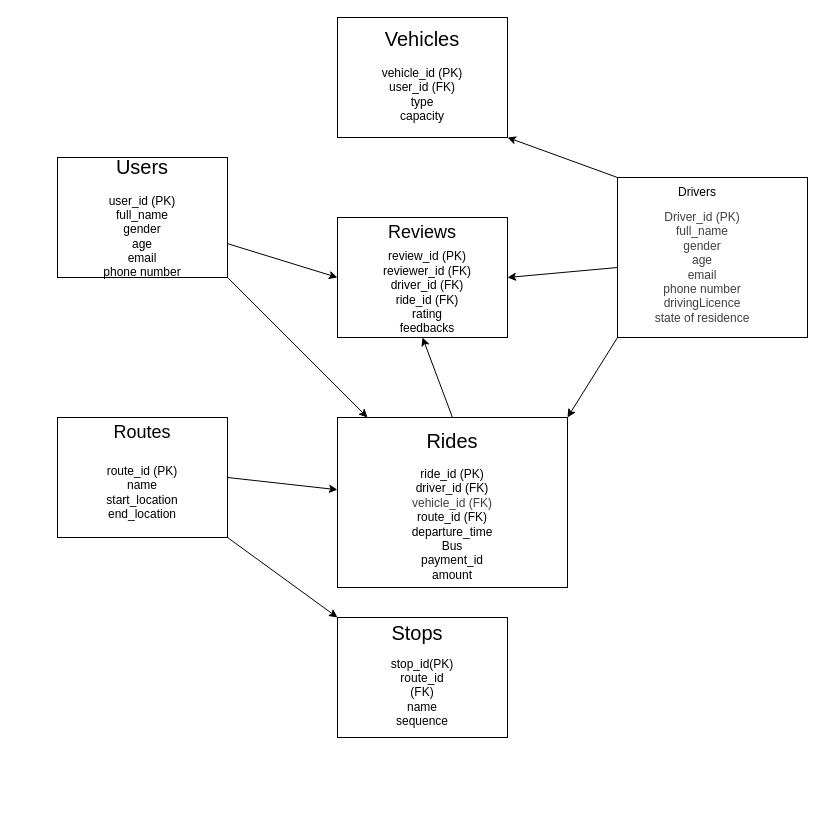
Before: schema.drawio in KJ-77/Wasselni, a draw.io diagram. Source tidied: cells renumbered, new cells numbered last; positions are measured from the earlier drawing's top-left corner, leaving out a move shared by most shapes. Both pictures are drawn from the tidied source at 100%, with x=0, y=0 at pixel (57, 17).
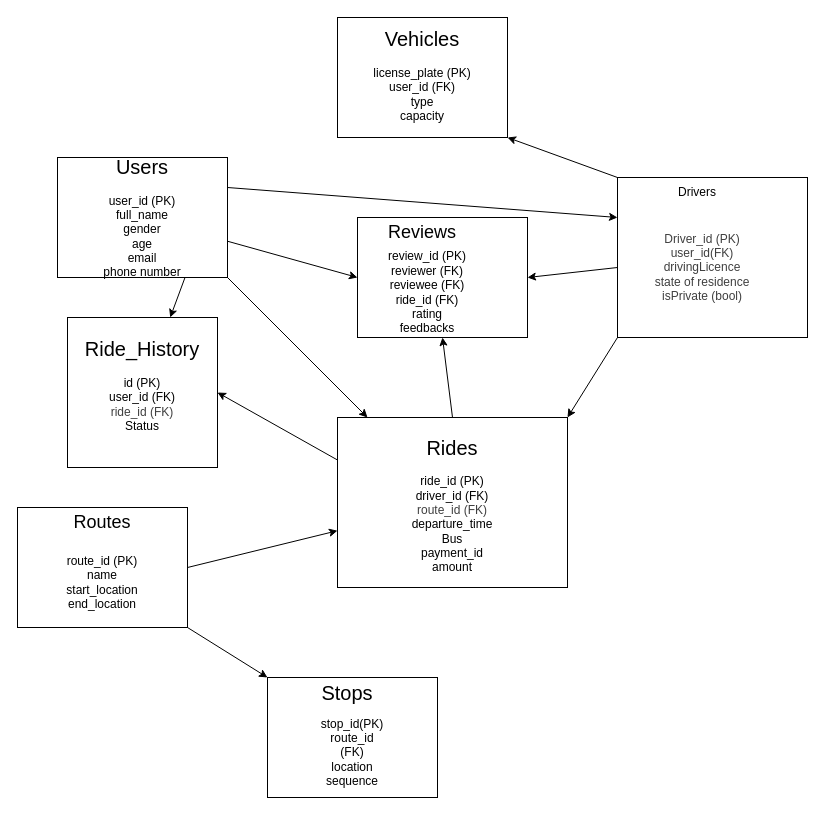
The same page after the edit.

Unchanged cells that the change refers to:
```xml
<mxCell id="4" style="rounded=0;whiteSpace=wrap;html=1;" parent="1" vertex="1">
  <mxGeometry x="560" y="160" width="190" height="160" as="geometry" />
</mxCell>
<mxCell id="11" style="rounded=0;whiteSpace=wrap;html=1;" parent="1" vertex="1">
  <mxGeometry y="140" width="170" height="120" as="geometry" />
</mxCell>
<mxCell id="15" style="rounded=0;whiteSpace=wrap;html=1;" parent="1" vertex="1">
  <mxGeometry x="280" y="400" width="230" height="170" as="geometry" />
</mxCell>
```

The edit, as a diff of the source:
```diff
@@
+    <mxCell id="28" style="whiteSpace=wrap;html=1;" parent="1" vertex="1">
+      <mxGeometry x="10" y="300" width="150" height="150" as="geometry" />
+    </mxCell>
@@
     <mxCell id="7" style="rounded=0;whiteSpace=wrap;html=1;" parent="1" vertex="1">
-      <mxGeometry y="400" width="170" height="120" as="geometry" />
+      <mxGeometry x="-40" y="490" width="170" height="120" as="geometry" />
     </mxCell>
@@
+    <mxCell id="29" style="edgeStyle=none;html=1;exitX=1;exitY=0.25;exitDx=0;exitDy=0;entryX=0;entryY=0.25;entryDx=0;entryDy=0;" parent="1" edge="1" source="11" target="4">
+      <mxGeometry relative="1" as="geometry" />
+    </mxCell>
+    <mxCell id="30" style="edgeStyle=none;html=1;exitX=0.75;exitY=1;exitDx=0;exitDy=0;" parent="1" edge="1" source="11" target="28">
+      <mxGeometry relative="1" as="geometry" />
+    </mxCell>
@@
-    <mxCell id="13" value="&lt;div&gt;&lt;span style=&quot;font-size: 20px;&quot;&gt;Vehicles&lt;/span&gt;&lt;/div&gt;&lt;div&gt;&lt;br&gt;&lt;/div&gt;&lt;div&gt;vehicle_id (PK)&lt;/div&gt;&lt;div&gt;user_id (FK)&lt;/div&gt;&lt;div&gt;type&lt;/div&gt;&lt;div&gt;capacity&lt;/div&gt;&lt;div&gt;&lt;br&gt;&lt;/div&gt;" style="text;strokeColor=none;align=center;fillColor=none;html=1;verticalAlign=middle;whiteSpace=wrap;rounded=0;" parent="1" vertex="1">
+    <mxCell id="13" value="&lt;div&gt;&lt;span style=&quot;font-size: 20px;&quot;&gt;Vehicles&lt;/span&gt;&lt;/div&gt;&lt;div&gt;&lt;br&gt;&lt;/div&gt;&lt;div&gt;license_plate (PK)&lt;/div&gt;&lt;div&gt;user_id (FK)&lt;/div&gt;&lt;div&gt;type&lt;/div&gt;&lt;div&gt;capacity&lt;/div&gt;&lt;div&gt;&lt;br&gt;&lt;/div&gt;" style="text;strokeColor=none;align=center;fillColor=none;html=1;verticalAlign=middle;whiteSpace=wrap;rounded=0;" parent="1" vertex="1">
       <mxGeometry x="310" y="40" width="110" height="50" as="geometry" />
     </mxCell>
@@
+    <mxCell id="31" style="edgeStyle=none;html=1;exitX=0;exitY=0.25;exitDx=0;exitDy=0;entryX=1;entryY=0.5;entryDx=0;entryDy=0;" parent="1" edge="1" source="15" target="28">
+      <mxGeometry relative="1" as="geometry" />
+    </mxCell>
@@
-    <mxCell id="16" value="&lt;div&gt;&lt;span style=&quot;font-size: 20px;&quot;&gt;Rides&lt;/span&gt;&lt;/div&gt;&lt;div&gt;&lt;br&gt;&lt;/div&gt;&lt;div&gt;ride_id (PK)&lt;/div&gt;&lt;div&gt;driver_id (FK)&lt;/div&gt;&lt;div&gt;&lt;div style=&quot;color: rgb(63, 63, 63); scrollbar-color: rgb(226, 226, 226) rgb(251, 251, 251);&quot;&gt;vehicle_id (FK)&lt;/div&gt;&lt;/div&gt;&lt;div&gt;route_id (FK)&lt;/div&gt;&lt;div&gt;departure_time&lt;/div&gt;&lt;div&gt;Bus&lt;/div&gt;&lt;div&gt;payment_id&lt;/div&gt;&lt;div&gt;amount&lt;/div&gt;&lt;div&gt;&lt;br&gt;&lt;/div&gt;" style="text;strokeColor=none;align=center;fillColor=none;html=1;verticalAlign=middle;whiteSpace=wrap;rounded=0;" parent="1" vertex="1">
+    <mxCell id="16" value="&lt;div&gt;&lt;span style=&quot;font-size: 20px;&quot;&gt;Rides&lt;/span&gt;&lt;/div&gt;&lt;div&gt;&lt;br&gt;&lt;/div&gt;&lt;div&gt;ride_id (PK)&lt;/div&gt;&lt;div&gt;driver_id (FK)&lt;/div&gt;&lt;div&gt;&lt;div style=&quot;color: rgb(63, 63, 63); scrollbar-color: rgb(226, 226, 226) rgb(251, 251, 251);&quot;&gt;&lt;span style=&quot;color: rgb(63, 63, 63); background-color: transparent;&quot;&gt;route_id (FK)&lt;/span&gt;&lt;/div&gt;&lt;/div&gt;&lt;div&gt;departure_time&lt;/div&gt;&lt;div&gt;Bus&lt;/div&gt;&lt;div&gt;payment_id&lt;/div&gt;&lt;div&gt;amount&lt;/div&gt;&lt;div&gt;&lt;br&gt;&lt;/div&gt;" style="text;strokeColor=none;align=center;fillColor=none;html=1;verticalAlign=middle;whiteSpace=wrap;rounded=0;" parent="1" vertex="1">
       <mxGeometry x="340" y="460" width="110" height="70" as="geometry" />
     </mxCell>
     <mxCell id="17" value="&lt;font style=&quot;font-size: 18px;&quot;&gt;Routes&lt;/font&gt;" style="text;strokeColor=none;align=center;fillColor=none;html=1;verticalAlign=middle;whiteSpace=wrap;rounded=0;" parent="1" vertex="1">
-      <mxGeometry x="55" y="400" width="60" height="30" as="geometry" />
+      <mxGeometry x="15" y="490" width="60" height="30" as="geometry" />
     </mxCell>
     <mxCell id="18" value="route_id (PK)&lt;div&gt;name&lt;/div&gt;&lt;div&gt;start_location&lt;/div&gt;&lt;div&gt;end_location&lt;/div&gt;" style="text;strokeColor=none;align=center;fillColor=none;html=1;verticalAlign=middle;whiteSpace=wrap;rounded=0;" parent="1" vertex="1">
-      <mxGeometry x="55" y="460" width="60" height="30" as="geometry" />
+      <mxGeometry x="15" y="550" width="60" height="30" as="geometry" />
     </mxCell>
     <mxCell id="19" style="rounded=0;whiteSpace=wrap;html=1;" parent="1" vertex="1">
-      <mxGeometry x="280" y="600" width="170" height="120" as="geometry" />
+      <mxGeometry x="210" y="660" width="170" height="120" as="geometry" />
     </mxCell>
     <mxCell id="20" value="&lt;font style=&quot;font-size: 20px;&quot;&gt;Stops&lt;/font&gt;" style="text;strokeColor=none;align=center;fillColor=none;html=1;verticalAlign=middle;whiteSpace=wrap;rounded=0;" parent="1" vertex="1">
-      <mxGeometry x="330" y="600" width="60" height="30" as="geometry" />
+      <mxGeometry x="260" y="660" width="60" height="30" as="geometry" />
     </mxCell>
-    <mxCell id="21" value="stop_id(PK)&lt;div&gt;route_id (FK)&lt;/div&gt;&lt;div&gt;name&lt;/div&gt;&lt;div&gt;sequence&lt;/div&gt;" style="text;strokeColor=none;align=center;fillColor=none;html=1;verticalAlign=middle;whiteSpace=wrap;rounded=0;" parent="1" vertex="1">
-      <mxGeometry x="335" y="660" width="60" height="30" as="geometry" />
+    <mxCell id="21" value="stop_id(PK)&lt;div&gt;route_id (FK)&lt;/div&gt;&lt;div&gt;location&lt;/div&gt;&lt;div&gt;sequence&lt;/div&gt;" style="text;strokeColor=none;align=center;fillColor=none;html=1;verticalAlign=middle;whiteSpace=wrap;rounded=0;" parent="1" vertex="1">
+      <mxGeometry x="265" y="720" width="60" height="30" as="geometry" />
     </mxCell>
     <mxCell id="22" style="rounded=0;whiteSpace=wrap;html=1;" parent="1" vertex="1">
-      <mxGeometry x="280" y="200" width="170" height="120" as="geometry" />
+      <mxGeometry x="300" y="200" width="170" height="120" as="geometry" />
     </mxCell>
@@
-    <mxCell id="24" value="review_id (PK)&lt;div&gt;reviewer_id (FK)&lt;/div&gt;&lt;div&gt;driver_id (FK)&lt;/div&gt;&lt;div&gt;ride_id (FK)&lt;/div&gt;&lt;div&gt;rating&lt;/div&gt;&lt;div&gt;feedbacks&lt;/div&gt;" style="text;strokeColor=none;align=center;fillColor=none;html=1;verticalAlign=middle;whiteSpace=wrap;rounded=0;" parent="1" vertex="1">
+    <mxCell id="24" value="review_id (PK)&lt;div&gt;reviewer (FK)&lt;/div&gt;&lt;div&gt;reviewee (FK)&lt;/div&gt;&lt;div&gt;ride_id (FK)&lt;/div&gt;&lt;div&gt;rating&lt;/div&gt;&lt;div&gt;feedbacks&lt;/div&gt;" style="text;strokeColor=none;align=center;fillColor=none;html=1;verticalAlign=middle;whiteSpace=wrap;rounded=0;" parent="1" vertex="1">
       <mxGeometry x="310" y="250" width="120" height="50" as="geometry" />
     </mxCell>
@@
-    <mxCell id="27" value="&lt;div style=&quot;color: rgb(63, 63, 63); scrollbar-color: rgb(226, 226, 226) rgb(251, 251, 251);&quot;&gt;Driver_id (PK)&lt;/div&gt;&lt;div style=&quot;color: rgb(63, 63, 63); scrollbar-color: rgb(226, 226, 226) rgb(251, 251, 251);&quot;&gt;full_name&lt;/div&gt;&lt;div style=&quot;color: rgb(63, 63, 63); scrollbar-color: rgb(226, 226, 226) rgb(251, 251, 251);&quot;&gt;gender&lt;/div&gt;&lt;div style=&quot;color: rgb(63, 63, 63); scrollbar-color: rgb(226, 226, 226) rgb(251, 251, 251);&quot;&gt;age&lt;/div&gt;&lt;div style=&quot;color: rgb(63, 63, 63); scrollbar-color: rgb(226, 226, 226) rgb(251, 251, 251);&quot;&gt;email&lt;/div&gt;&lt;div style=&quot;color: rgb(63, 63, 63); scrollbar-color: rgb(226, 226, 226) rgb(251, 251, 251);&quot;&gt;phone number&lt;/div&gt;&lt;div style=&quot;color: rgb(63, 63, 63); scrollbar-color: rgb(226, 226, 226) rgb(251, 251, 251);&quot;&gt;drivingLicence&lt;/div&gt;&lt;div style=&quot;color: rgb(63, 63, 63); scrollbar-color: rgb(226, 226, 226) rgb(251, 251, 251);&quot;&gt;state of residence&lt;/div&gt;" style="text;strokeColor=none;align=center;fillColor=none;html=1;verticalAlign=middle;whiteSpace=wrap;rounded=0;" parent="1" vertex="1">
+    <mxCell id="27" value="&lt;div style=&quot;color: rgb(63, 63, 63); scrollbar-color: rgb(226, 226, 226) rgb(251, 251, 251);&quot;&gt;Driver_id (PK)&lt;/div&gt;&lt;div style=&quot;color: rgb(63, 63, 63); scrollbar-color: rgb(226, 226, 226) rgb(251, 251, 251);&quot;&gt;user_id(FK)&lt;/div&gt;&lt;div style=&quot;color: rgb(63, 63, 63); scrollbar-color: rgb(226, 226, 226) rgb(251, 251, 251);&quot;&gt;drivingLicence&lt;/div&gt;&lt;div style=&quot;color: rgb(63, 63, 63); scrollbar-color: rgb(226, 226, 226) rgb(251, 251, 251);&quot;&gt;state of residence&lt;/div&gt;&lt;div style=&quot;color: rgb(63, 63, 63); scrollbar-color: rgb(226, 226, 226) rgb(251, 251, 251);&quot;&gt;isPrivate (bool)&lt;/div&gt;" style="text;strokeColor=none;align=center;fillColor=none;html=1;verticalAlign=middle;whiteSpace=wrap;rounded=0;" parent="1" vertex="1">
       <mxGeometry x="560" y="210" width="170" height="80" as="geometry" />
     </mxCell>
+    <mxCell id="32" value="&lt;div&gt;&lt;span style=&quot;font-size: 20px;&quot;&gt;Ride_History&lt;/span&gt;&lt;/div&gt;&lt;div&gt;&lt;br&gt;&lt;/div&gt;&lt;div&gt;id (PK)&lt;/div&gt;&lt;div&gt;user_id (FK)&lt;/div&gt;&lt;div&gt;&lt;div style=&quot;color: rgb(63, 63, 63); scrollbar-color: rgb(226, 226, 226) rgb(251, 251, 251);&quot;&gt;&lt;span style=&quot;color: rgb(63, 63, 63); background-color: transparent;&quot;&gt;ride_id (FK)&lt;/span&gt;&lt;/div&gt;&lt;/div&gt;&lt;div&gt;Status&lt;/div&gt;&lt;div&gt;&lt;br&gt;&lt;/div&gt;" style="text;strokeColor=none;align=center;fillColor=none;html=1;verticalAlign=middle;whiteSpace=wrap;rounded=0;" parent="1" vertex="1">
+      <mxGeometry x="30" y="340" width="110" height="70" as="geometry" />
+    </mxCell>
```
